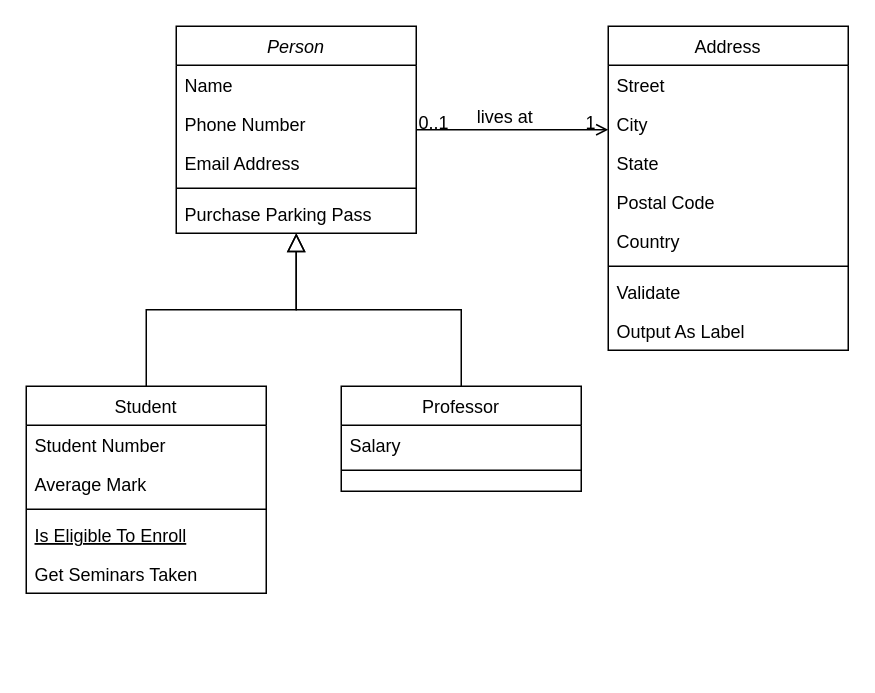
Earlier version of the draw.io diagram test.drawio (Sagi-Rastar/SagiDrawio_public). Source tidied: cells renumbered, new cells numbered last; positions are measured from the earlier drawing's top-left corner, leaving out a move shared by most shapes. Both pictures are drawn from the tidied source at 150%, with x=0, y=0 at pixel (26, 26).
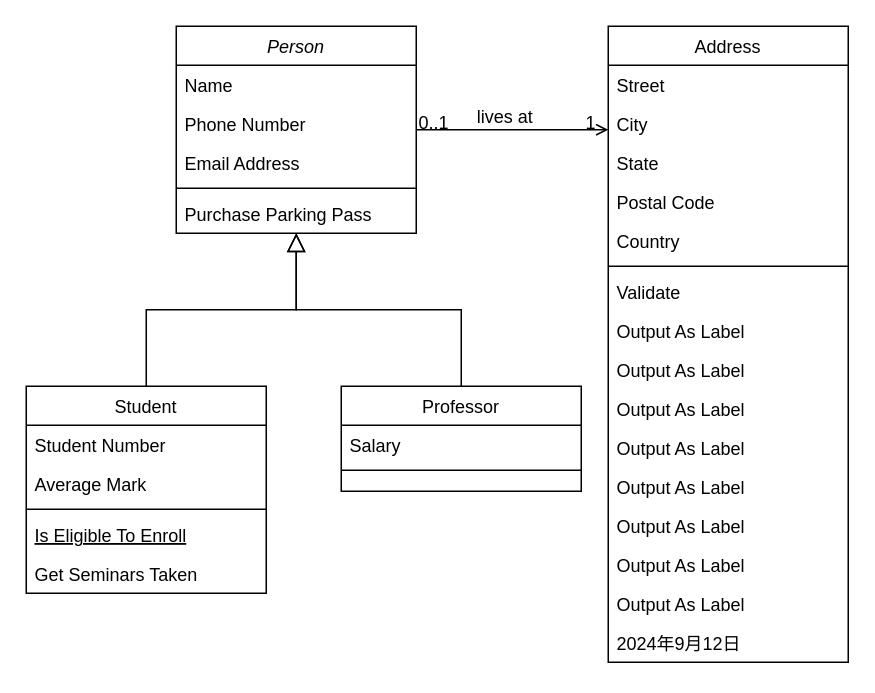
The same diagram, later.

The edit, as a diff of the source:
```diff
@@
     <mxCell id="19" value="Address" style="swimlane;fontStyle=0;align=center;verticalAlign=top;horizontal=1;startSize=26;rounded=0;shadow=0;strokeWidth=1;" parent="1" vertex="1">
-      <mxGeometry x="388" width="160" height="216" as="geometry" />
+      <mxGeometry x="388" width="160" height="424" as="geometry" />
     </mxCell>
@@
+    <mxCell id="32" value="Output As Label" style="text;align=left;verticalAlign=top;spacingLeft=4;spacingRight=4;overflow=hidden;" parent="19" vertex="1">
+      <mxGeometry y="216" width="160" height="26" as="geometry" />
+    </mxCell>
+    <mxCell id="33" value="Output As Label" style="text;align=left;verticalAlign=top;spacingLeft=4;spacingRight=4;overflow=hidden;" parent="19" vertex="1">
+      <mxGeometry y="242" width="160" height="26" as="geometry" />
+    </mxCell>
+    <mxCell id="34" value="Output As Label" style="text;align=left;verticalAlign=top;spacingLeft=4;spacingRight=4;overflow=hidden;" parent="19" vertex="1">
+      <mxGeometry y="268" width="160" height="26" as="geometry" />
+    </mxCell>
+    <mxCell id="35" value="Output As Label" style="text;align=left;verticalAlign=top;spacingLeft=4;spacingRight=4;overflow=hidden;" parent="19" vertex="1">
+      <mxGeometry y="294" width="160" height="26" as="geometry" />
+    </mxCell>
+    <mxCell id="36" value="Output As Label" style="text;align=left;verticalAlign=top;spacingLeft=4;spacingRight=4;overflow=hidden;" parent="19" vertex="1">
+      <mxGeometry y="320" width="160" height="26" as="geometry" />
+    </mxCell>
+    <mxCell id="37" value="Output As Label" style="text;align=left;verticalAlign=top;spacingLeft=4;spacingRight=4;overflow=hidden;" parent="19" vertex="1">
+      <mxGeometry y="346" width="160" height="26" as="geometry" />
+    </mxCell>
+    <mxCell id="38" value="Output As Label" style="text;align=left;verticalAlign=top;spacingLeft=4;spacingRight=4;overflow=hidden;" parent="19" vertex="1">
+      <mxGeometry y="372" width="160" height="26" as="geometry" />
+    </mxCell>
+    <mxCell id="39" value="2024年9月12日" style="text;align=left;verticalAlign=top;spacingLeft=4;spacingRight=4;overflow=hidden;" parent="19" vertex="1">
+      <mxGeometry y="398" width="160" height="26" as="geometry" />
+    </mxCell>
```
